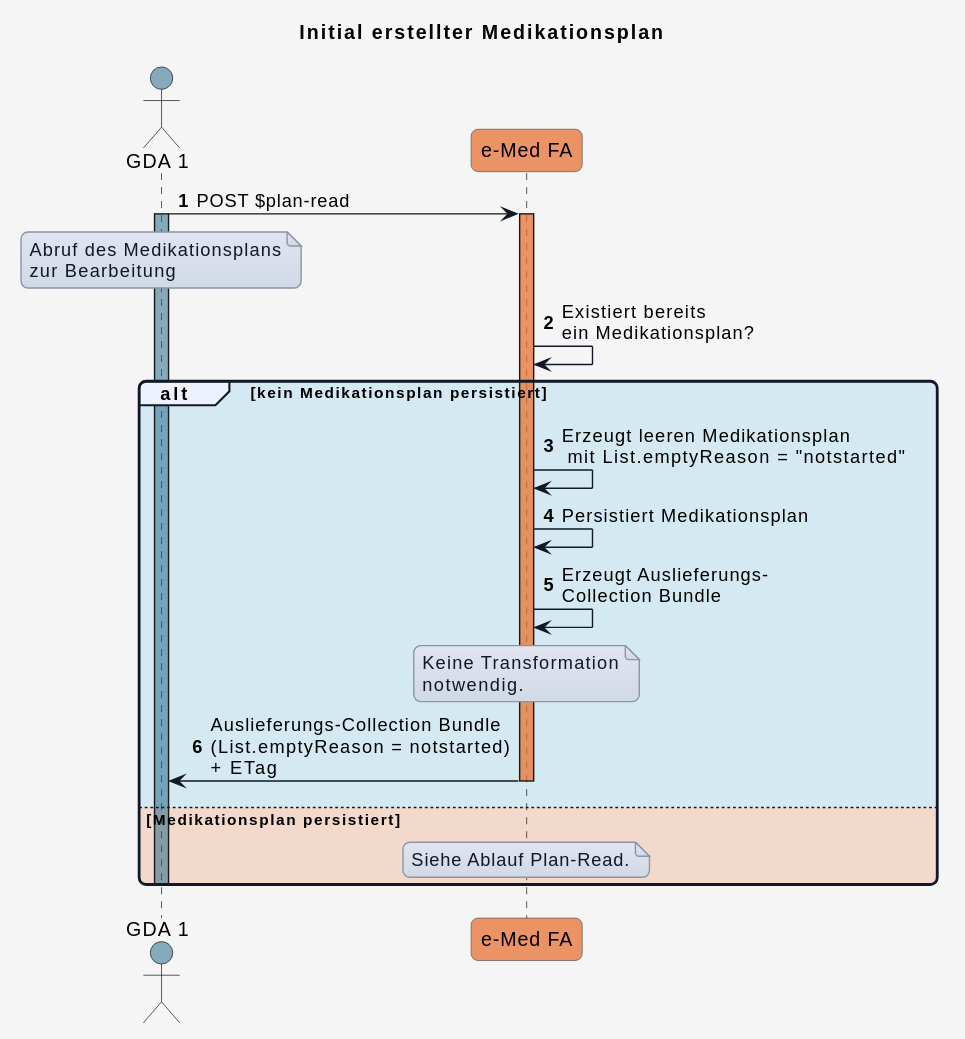
Earlier version of the PlantUML export input/images/plantuml/UC_eMed_05_03.svg (HL7Austria/ELGA-e-Medikation-R4). Its diagram source:
```plantuml
@startuml
title Initial erstellter Medikationsplan


skinparam borderColor #000000
skinparam backgroundColor #f5f5f5
skinparam shadowing false
skinparam roundCorner 10
skinparam defaultFontName "Arial"
skinparam defaultFontColor #000000
skinparam HyperlinkColor #0000EE
skinparam HyperlinkUnderline false
skinparam BoxPadding 20
skinparam BoxBorderColor #555555

skinparam note {
  BackgroundColor #e0e5f0-#d1d9e6
  BorderColor #8b95a5
  BorderThickness 1
  RoundCorner 0
  Padding 6
  FontColor #111827
  Shadowing false
}

skinparam sequence {
  ParticipantBorderColor #555555
  ParticipantBackgroundColor #ffffff
  ParticipantFontColor #000000
  ParticipantFontSize 14
  ParticipantPadding 20
  ArrowColor #111827
  ArrowThickness 1
  ArrowFontColor #000000
  ArrowFontSize 13
  GroupBorderColor #111827
  GroupBackgroundColor #eef2ff
  GroupBorderThickness 2
}

!define COLOR_GDA_1    #15608280
!define COLOR_GDA_2    #96607D80
!define COLOR_PATIENT  #196B2480
!define COLOR_APO      #0F9ED590
!define COLOR_EMED_FA  #e97232bd
!define COLOR_E_REZEPT #cd3732a9

!define COLOR_OK       #0F9ED525
!define COLOR_ERROR    #E9713235

actor GDA_1 as "GDA 1" COLOR_GDA_1
participant eMed_FA as "e-Med FA" COLOR_EMED_FA

autonumber

GDA_1 -> eMed_FA: POST $plan-read
activate GDA_1 COLOR_GDA_1

note over GDA_1
Abruf des Medikationsplans
zur Bearbeitung
end note

activate eMed_FA COLOR_EMED_FA
eMed_FA -> eMed_FA: Existiert bereits\nein Medikationsplan?

alt COLOR_OK kein Medikationsplan persistiert

  eMed_FA -> eMed_FA: Erzeugt leeren Medikationsplan\n mit List.emptyReason = "notstarted"
  eMed_FA -> eMed_FA: Persistiert Medikationsplan

  eMed_FA -> eMed_FA: Erzeugt Auslieferungs-\nCollection Bundle
  note over eMed_FA
  Keine Transformation
  notwendig.
  end note
  eMed_FA -> GDA_1: Auslieferungs-Collection Bundle\n(List.emptyReason = notstarted)\n+ ETag
  deactivate eMed_FA


else COLOR_ERROR Medikationsplan persistiert
  note over eMed_FA
  Siehe Ablauf Plan-Read.
  end note

deactivate GDA_1
@enduml
```
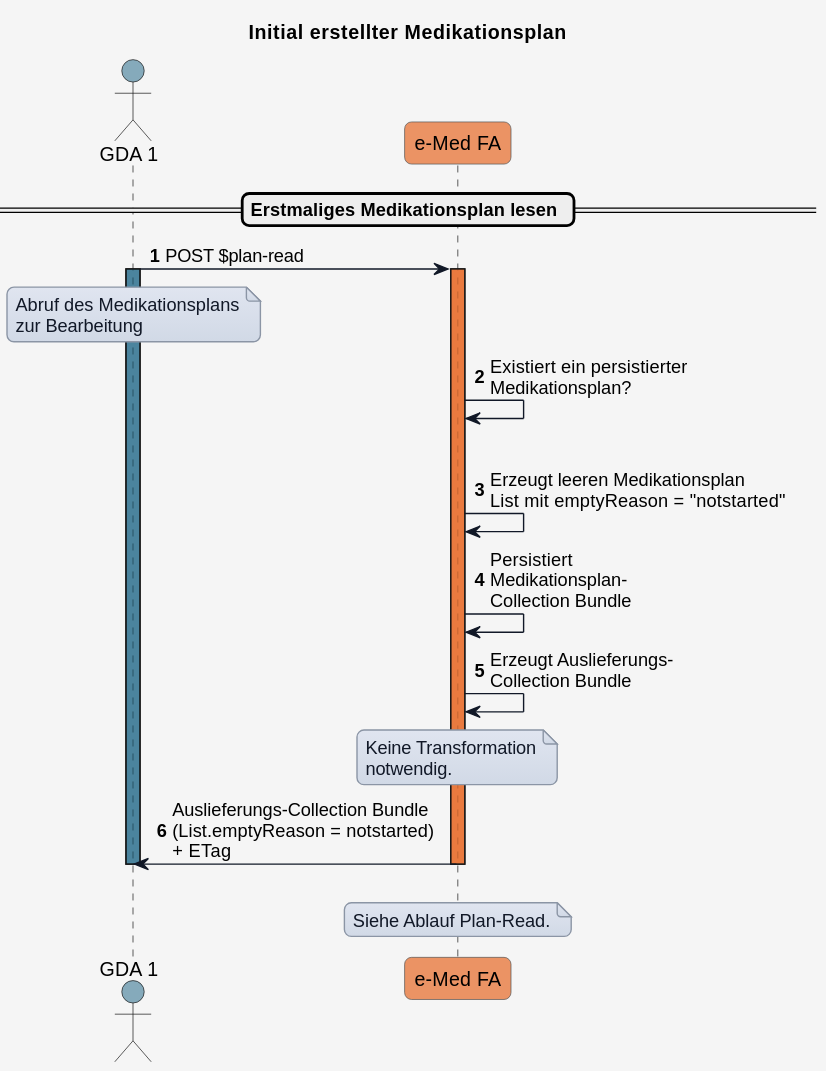
After the change.

What changed in the source:
```diff
@@ -53,6 +53,8 @@
 
 autonumber
 
+== Erstmaliges Medikationsplan lesen ==
+
 GDA_1 -> eMed_FA: POST $plan-read
 activate GDA_1 COLOR_GDA_1
 
@@ -62,14 +64,16 @@
 end note
 
 activate eMed_FA COLOR_EMED_FA
-eMed_FA -> eMed_FA: Existiert bereits\nein Medikationsplan?
+eMed_FA -> eMed_FA: Existiert ein persistierter\nMedikationsplan?
 
-alt COLOR_OK kein Medikationsplan persistiert
+alt COLOR_OK nein: kein Medikationsplan persistiert
 
-  eMed_FA -> eMed_FA: Erzeugt leeren Medikationsplan\n mit List.emptyReason = "notstarted"
-  eMed_FA -> eMed_FA: Persistiert Medikationsplan
+  eMed_FA -> eMed_FA: Erzeugt leeren Medikationsplan\nList mit emptyReason = "notstarted"
+  eMed_FA -> eMed_FA: Persistiert\nMedikationsplan-\nCollection Bundle
+  eMed_FA -> eMed_FA: Erzeugt Auslieferungs-\nCollection Bundle
 
-  eMed_FA -> eMed_FA: Erzeugt Auslieferungs-\nCollection Bundle
+
+
   note over eMed_FA
   Keine Transformation
   notwendig.
@@ -78,7 +82,7 @@
   deactivate eMed_FA
 
 
-else COLOR_ERROR Medikationsplan persistiert
+else COLOR_ERROR ja: Medikationsplan persistiert
   note over eMed_FA
   Siehe Ablauf Plan-Read.
   end note
```
